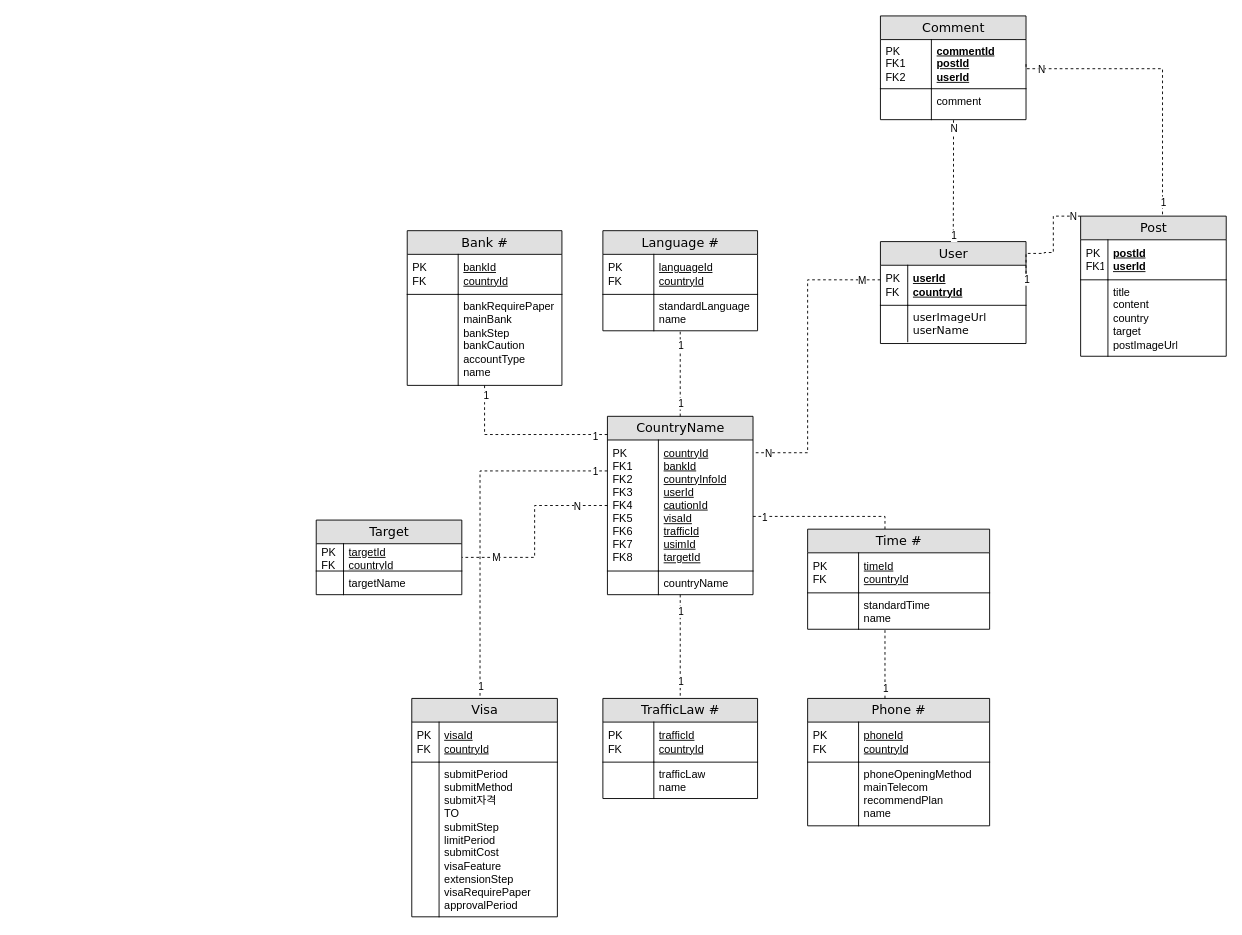
qwe1234k/finalProjectERD keeps this draw.io diagram as ERD.drawio. Above is the earlier version. Source tidied: cells renumbered, new cells numbered last; positions are measured from the earlier drawing's top-left corner, leaving out a move shared by most shapes. Both pictures are drawn from the tidied source at 91%, with x=0, y=0 at pixel (316, 15).
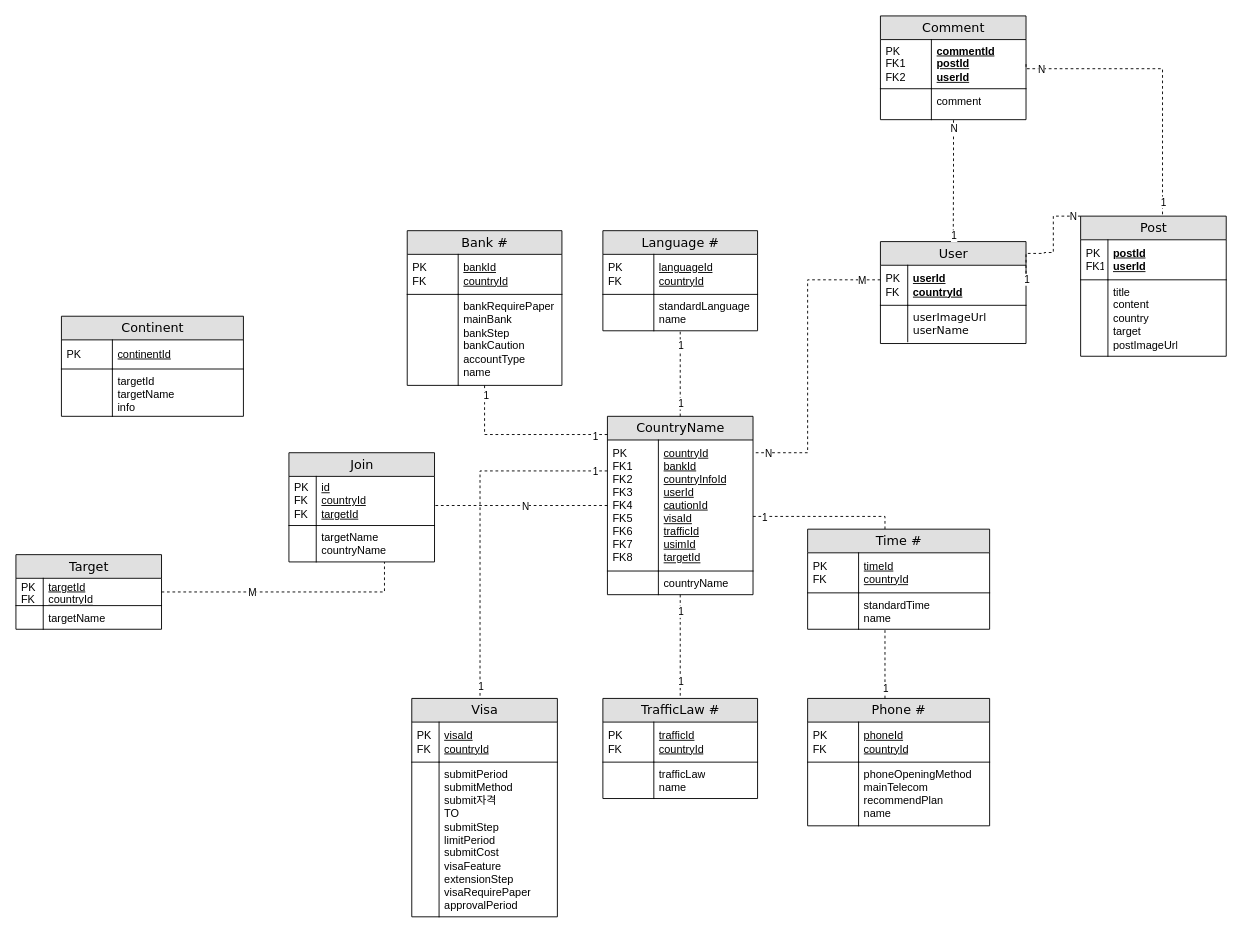
The same diagram, later.

The edit, as a diff of the source:
```diff
@@
     <mxCell id="2" value="Target" style="swimlane;html=1;fontStyle=0;horizontal=1;startSize=26;fillColor=#e0e0e0;swimlaneFillColor=#ffffff;align=center;rounded=0;shadow=0;comic=0;labelBackgroundColor=none;strokeWidth=1;fontFamily=Verdana;fontSize=14;swimlaneLine=1;" parent="1" vertex="1">
-      <mxGeometry y="554" width="160" height="82" as="geometry" />
+      <mxGeometry x="-330" y="592" width="160" height="82" as="geometry" />
     </mxCell>
@@
+    <mxCell id="87" value="Join" style="swimlane;html=1;fontStyle=0;horizontal=1;startSize=26;fillColor=#e0e0e0;swimlaneFillColor=#ffffff;align=center;rounded=0;shadow=0;comic=0;labelBackgroundColor=none;strokeWidth=1;fontFamily=Verdana;fontSize=14;swimlaneLine=1;" parent="1" vertex="1">
+      <mxGeometry x="-30" y="480" width="160" height="120" as="geometry" />
+    </mxCell>
+    <mxCell id="88" value="&lt;span style=&quot;font-weight: normal&quot;&gt;id&lt;br&gt;countryId&lt;br&gt;targetId&lt;br&gt;&lt;/span&gt;" style="shape=partialRectangle;top=0;left=0;right=0;bottom=1;html=1;align=left;verticalAlign=middle;fillColor=none;spacingLeft=34;spacingRight=4;whiteSpace=wrap;overflow=hidden;fontStyle=5;" parent="87" vertex="1">
+      <mxGeometry y="26" width="160" height="54" as="geometry" />
+    </mxCell>
+    <mxCell id="89" value="PK&lt;br&gt;FK&lt;br&gt;FK" style="shape=partialRectangle;top=0;left=0;bottom=0;html=1;fillColor=none;align=left;verticalAlign=middle;spacingLeft=4;spacingRight=4;whiteSpace=wrap;overflow=hidden;" parent="88" vertex="1">
+      <mxGeometry width="30" height="54" as="geometry" />
+    </mxCell>
+    <mxCell id="90" value="targetName&lt;br&gt;countryName" style="shape=partialRectangle;top=0;left=0;right=0;bottom=0;html=1;align=left;verticalAlign=top;fillColor=none;spacingLeft=34;spacingRight=4;whiteSpace=wrap;overflow=hidden;" parent="87" vertex="1">
+      <mxGeometry y="80" width="160" height="40" as="geometry" />
+    </mxCell>
+    <mxCell id="91" style="shape=partialRectangle;top=0;left=0;bottom=0;html=1;fillColor=none;align=left;verticalAlign=top;spacingLeft=4;spacingRight=4;whiteSpace=wrap;overflow=hidden;" parent="90" vertex="1">
+      <mxGeometry width="30" height="40" as="geometry" />
+    </mxCell>
+    <mxCell id="92" value="Continent" style="swimlane;html=1;fontStyle=0;horizontal=1;startSize=26;fillColor=#e0e0e0;swimlaneFillColor=#ffffff;align=center;rounded=0;shadow=0;comic=0;labelBackgroundColor=none;strokeWidth=1;fontFamily=Verdana;fontSize=14;" parent="1" vertex="1">
+      <mxGeometry x="-280" y="330" width="200" height="110" as="geometry" />
+    </mxCell>
+    <mxCell id="93" value="&lt;span style=&quot;font-weight: 400&quot;&gt;continentId&lt;br&gt;&lt;/span&gt;" style="shape=partialRectangle;top=0;left=0;right=0;bottom=1;html=1;align=left;verticalAlign=middle;fillColor=none;spacingLeft=60;spacingRight=4;whiteSpace=wrap;overflow=hidden;fontStyle=5;" parent="92" vertex="1">
+      <mxGeometry y="26" width="200" height="32" as="geometry" />
+    </mxCell>
+    <mxCell id="94" value="&lt;span style=&quot;font-weight: normal&quot;&gt;PK&lt;br&gt;&lt;/span&gt;" style="shape=partialRectangle;fontStyle=1;top=0;left=0;bottom=0;html=1;fillColor=none;align=left;verticalAlign=middle;spacingLeft=4;spacingRight=4;whiteSpace=wrap;overflow=hidden;" parent="93" vertex="1">
+      <mxGeometry width="56" height="32" as="geometry" />
+    </mxCell>
+    <mxCell id="95" value="targetId&lt;br&gt;targetName&lt;br&gt;info" style="shape=partialRectangle;top=0;left=0;right=0;bottom=0;html=1;align=left;verticalAlign=top;fillColor=none;spacingLeft=60;spacingRight=4;whiteSpace=wrap;overflow=hidden;" parent="92" vertex="1">
+      <mxGeometry y="58" width="200" height="52" as="geometry" />
+    </mxCell>
+    <mxCell id="96" style="shape=partialRectangle;top=0;left=0;bottom=0;html=1;fillColor=none;align=left;verticalAlign=top;spacingLeft=4;spacingRight=4;whiteSpace=wrap;overflow=hidden;" parent="95" vertex="1">
+      <mxGeometry width="56" height="52" as="geometry" />
+    </mxCell>
```
